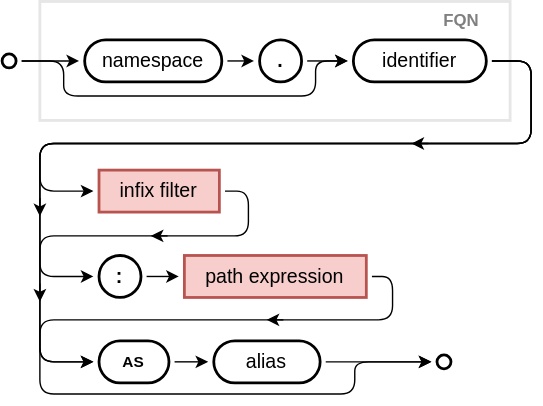
This is cds/assets/cql/query-source.drawio.svg from capire/docs, a draw.io export, as it was before one commit. Source tidied: cells renumbered, new cells last; positions are measured from the earlier drawing's top-left corner, leaving out a move shared by most shapes.
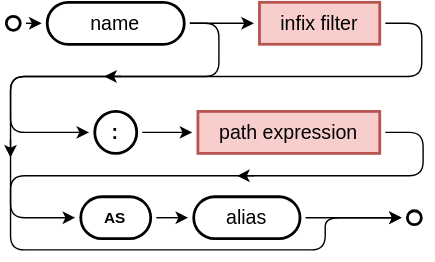
Later version of the same file.

Commit message:
review additions

Change to the diagram source:
```diff
@@ -2,62 +2,36 @@
   <root>
     <mxCell id="0" />
     <mxCell id="1" parent="0" />
-    <mxCell id="2" value="FQN" style="rounded=0;fillColor=none;strokeWidth=2;strokeColor=#E6E6E6;verticalAlign=top;align=right;spacingLeft=40;fontColor=#808080;fontStyle=1;spacingRight=20;" parent="1" vertex="1">
-      <mxGeometry x="27" y="0.5" width="336" height="85" as="geometry" />
-    </mxCell>
     <mxCell id="3" style="ellipse;whiteSpace=wrap;html=1;rounded=1;strokeColor=default;strokeWidth=2;align=center;verticalAlign=middle;fontFamily=Helvetica;fontSize=11;fontColor=default;labelBackgroundColor=default;fillColor=default;perimeterSpacing=4;" parent="1" vertex="1">
-      <mxGeometry y="38" width="10" height="10" as="geometry" />
+      <mxGeometry x="24" y="114" width="10" height="10" as="geometry" />
     </mxCell>
     <mxCell id="4" value="path expression" style="rounded=1;whiteSpace=wrap;html=1;strokeWidth=2;arcSize=0;fontSize=14;perimeterSpacing=4;fillColor=#f8cecc;strokeColor=#b85450;" parent="1" vertex="1">
-      <mxGeometry x="130.2" y="182" width="130" height="30" as="geometry" />
+      <mxGeometry x="161" y="182" width="130" height="30" as="geometry" />
     </mxCell>
-    <mxCell id="5" value="identifier" style="rounded=1;whiteSpace=wrap;html=1;strokeWidth=2;arcSize=50;fontSize=14;perimeterSpacing=4;" parent="1" vertex="1">
-      <mxGeometry x="251" y="28" width="95" height="30" as="geometry" />
-    </mxCell>
     <mxCell id="6" value="&lt;b&gt;:&lt;/b&gt;" style="rounded=1;whiteSpace=wrap;html=1;strokeWidth=2;arcSize=50;fontSize=14;perimeterSpacing=4;" parent="1" vertex="1">
-      <mxGeometry x="69.2" y="182" width="30" height="30" as="geometry" />
+      <mxGeometry x="87.2" y="182" width="30" height="30" as="geometry" />
     </mxCell>
     <mxCell id="7" value="AS" style="rounded=1;whiteSpace=wrap;html=1;strokeWidth=2;arcSize=50;fontSize=11;perimeterSpacing=4;fontStyle=1;" parent="1" vertex="1">
-      <mxGeometry x="69.2" y="243" width="50" height="30" as="geometry" />
+      <mxGeometry x="77.2" y="243" width="50" height="30" as="geometry" />
     </mxCell>
     <mxCell id="8" value="alias" style="rounded=1;whiteSpace=wrap;html=1;strokeWidth=2;arcSize=50;fontSize=14;perimeterSpacing=4;" parent="1" vertex="1">
-      <mxGeometry x="151.2" y="243" width="76" height="30" as="geometry" />
+      <mxGeometry x="158" y="243" width="76" height="30" as="geometry" />
     </mxCell>
-    <mxCell id="9" value="namespace" style="rounded=1;whiteSpace=wrap;html=1;strokeWidth=2;arcSize=50;fontSize=14;perimeterSpacing=4;" parent="1" vertex="1">
-      <mxGeometry x="59" y="28" width="98" height="30" as="geometry" />
+    <mxCell id="9" value="name" style="rounded=1;whiteSpace=wrap;html=1;strokeWidth=2;arcSize=50;fontSize=14;perimeterSpacing=4;" parent="1" vertex="1">
+      <mxGeometry x="53.2" y="104" width="98" height="30" as="geometry" />
     </mxCell>
     <mxCell id="10" value="infix filter" style="rounded=1;whiteSpace=wrap;html=1;strokeWidth=2;arcSize=0;fontSize=14;perimeterSpacing=4;fillColor=#f8cecc;strokeColor=#b85450;" parent="1" vertex="1">
-      <mxGeometry x="69.2" y="121" width="86" height="30" as="geometry" />
+      <mxGeometry x="205" y="104" width="86" height="30" as="geometry" />
     </mxCell>
-    <mxCell id="11" value="&lt;b&gt;.&lt;/b&gt;" style="rounded=1;whiteSpace=wrap;html=1;strokeWidth=2;arcSize=50;fontSize=14;perimeterSpacing=4;" parent="1" vertex="1">
-      <mxGeometry x="184" y="28" width="30" height="30" as="geometry" />
-    </mxCell>
-    <mxCell id="12" style="endArrow=classic;html=1;rounded=1;strokeColor=default;align=center;verticalAlign=middle;fontFamily=Helvetica;fontSize=14;fontColor=default;labelBackgroundColor=default;jumpStyle=gap;jumpSize=6;exitX=1;exitY=0.5;exitDx=0;exitDy=0;entryX=0;entryY=0.5;entryDx=0;entryDy=0;" parent="1" edge="1" source="9" target="11">
-      <mxGeometry relative="1" as="geometry" />
-    </mxCell>
-    <mxCell id="13" style="endArrow=classic;html=1;rounded=1;strokeColor=default;align=center;verticalAlign=middle;fontFamily=Helvetica;fontSize=14;fontColor=default;labelBackgroundColor=default;jumpStyle=gap;jumpSize=6;exitX=1;exitY=0.5;exitDx=0;exitDy=0;entryX=0;entryY=0.5;entryDx=0;entryDy=0;" parent="1" edge="1" source="11" target="5">
-      <mxGeometry relative="1" as="geometry" />
-    </mxCell>
     <mxCell id="14" style="endArrow=classic;html=1;rounded=1;strokeColor=default;align=center;verticalAlign=middle;fontFamily=Helvetica;fontSize=14;fontColor=default;labelBackgroundColor=default;jumpStyle=gap;jumpSize=6;exitX=1;exitY=0.5;exitDx=0;exitDy=0;entryX=0;entryY=0.5;entryDx=0;entryDy=0;" parent="1" edge="1" source="3" target="9">
       <mxGeometry relative="1" as="geometry" />
     </mxCell>
-    <mxCell id="15" style="endArrow=classic;html=1;rounded=1;strokeColor=default;align=center;verticalAlign=middle;fontFamily=Helvetica;fontSize=14;fontColor=default;labelBackgroundColor=default;edgeStyle=orthogonalEdgeStyle;jumpStyle=gap;jumpSize=6;entryX=0;entryY=0.5;entryDx=0;entryDy=0;exitX=1;exitY=0.5;exitDx=0;exitDy=0;" parent="1" edge="1" source="3">
-      <mxGeometry relative="1" as="geometry">
-        <mxPoint x="247" y="43" as="targetPoint" />
-        <Array as="points">
-          <mxPoint x="44" y="43" />
-          <mxPoint x="44" y="68" />
-          <mxPoint x="224" y="68" />
-          <mxPoint x="224" y="43" />
-        </Array>
-      </mxGeometry>
-    </mxCell>
-    <mxCell id="16" style="endArrow=classic;html=1;rounded=1;strokeColor=default;align=center;verticalAlign=middle;fontFamily=Helvetica;fontSize=14;fontColor=default;labelBackgroundColor=default;jumpStyle=gap;jumpSize=6;exitX=1;exitY=0.5;exitDx=0;exitDy=0;entryX=0;entryY=0.5;entryDx=0;entryDy=0;edgeStyle=orthogonalEdgeStyle;" parent="1" edge="1" source="10" target="6">
+    <mxCell id="16" style="endArrow=classic;html=1;rounded=1;strokeColor=default;align=center;verticalAlign=middle;fontFamily=Helvetica;fontSize=14;fontColor=default;labelBackgroundColor=default;jumpStyle=gap;jumpSize=6;entryX=0;entryY=0.5;entryDx=0;entryDy=0;edgeStyle=orthogonalEdgeStyle;exitX=1;exitY=0.5;exitDx=0;exitDy=0;" parent="1" edge="1" source="9" target="6">
       <mxGeometry relative="1" as="geometry">
         <Array as="points">
-          <mxPoint x="176" y="136" />
-          <mxPoint x="176" y="168" />
-          <mxPoint x="27" y="168" />
+          <mxPoint x="176" y="119" />
+          <mxPoint x="176" y="157" />
+          <mxPoint x="27" y="157" />
           <mxPoint x="27" y="197" />
         </Array>
       </mxGeometry>
@@ -68,8 +42,8 @@
     <mxCell id="18" style="endArrow=classic;html=1;rounded=1;strokeColor=default;align=center;verticalAlign=middle;fontFamily=Helvetica;fontSize=14;fontColor=default;labelBackgroundColor=default;jumpStyle=gap;jumpSize=6;exitX=1;exitY=0.5;exitDx=0;exitDy=0;entryX=0;entryY=0.5;entryDx=0;entryDy=0;edgeStyle=orthogonalEdgeStyle;" parent="1" edge="1" source="4" target="7">
       <mxGeometry relative="1" as="geometry">
         <Array as="points">
-          <mxPoint x="279" y="197" />
-          <mxPoint x="279" y="228" />
+          <mxPoint x="322" y="197" />
+          <mxPoint x="322" y="228" />
           <mxPoint x="27" y="228" />
           <mxPoint x="27" y="258" />
         </Array>
@@ -84,32 +58,6 @@
     <mxCell id="21" style="endArrow=classic;html=1;rounded=1;strokeColor=default;align=center;verticalAlign=middle;fontFamily=Helvetica;fontSize=14;fontColor=default;labelBackgroundColor=default;jumpStyle=gap;jumpSize=6;exitX=1;exitY=0.5;exitDx=0;exitDy=0;entryX=0;entryY=0.5;entryDx=0;entryDy=0;" parent="1" edge="1" source="8" target="20">
       <mxGeometry relative="1" as="geometry" />
     </mxCell>
-    <mxCell id="22" style="endArrow=classic;html=1;rounded=1;strokeColor=default;align=center;verticalAlign=middle;fontFamily=Helvetica;fontSize=14;fontColor=default;labelBackgroundColor=default;edgeStyle=orthogonalEdgeStyle;jumpStyle=gap;jumpSize=6;exitX=1;exitY=0.5;exitDx=0;exitDy=0;entryX=0;entryY=0.5;entryDx=0;entryDy=0;" parent="1" edge="1" source="5" target="10">
-      <mxGeometry relative="1" as="geometry">
-        <Array as="points">
-          <mxPoint x="378" y="43" />
-          <mxPoint x="378" y="102" />
-          <mxPoint x="27" y="102" />
-          <mxPoint x="27" y="136" />
-        </Array>
-      </mxGeometry>
-    </mxCell>
-    <mxCell id="23" style="endArrow=classic;html=1;rounded=1;strokeColor=default;align=center;verticalAlign=middle;fontFamily=Helvetica;fontSize=14;fontColor=default;labelBackgroundColor=default;edgeStyle=orthogonalEdgeStyle;jumpStyle=gap;jumpSize=6;exitX=1;exitY=0.5;exitDx=0;exitDy=0;entryX=0;entryY=0.5;entryDx=0;entryDy=0;" parent="1" edge="1" source="5" target="7">
-      <mxGeometry relative="1" as="geometry">
-        <Array as="points">
-          <mxPoint x="378" y="43" />
-          <mxPoint x="378" y="102" />
-          <mxPoint x="27" y="102" />
-          <mxPoint x="27" y="258" />
-        </Array>
-      </mxGeometry>
-    </mxCell>
-    <mxCell id="24" style="endArrow=classic;html=1;rounded=1;strokeColor=default;align=center;verticalAlign=middle;fontFamily=Helvetica;fontSize=14;fontColor=default;labelBackgroundColor=default;jumpStyle=gap;jumpSize=6;" parent="1" edge="1">
-      <mxGeometry relative="1" as="geometry">
-        <mxPoint x="27" y="141" as="sourcePoint" />
-        <mxPoint x="27" y="154" as="targetPoint" />
-      </mxGeometry>
-    </mxCell>
     <mxCell id="25" style="endArrow=classic;html=1;rounded=1;strokeColor=default;align=center;verticalAlign=middle;fontFamily=Helvetica;fontSize=14;fontColor=default;labelBackgroundColor=default;jumpStyle=gap;jumpSize=6;" parent="1" edge="1">
       <mxGeometry relative="1" as="geometry">
         <mxPoint x="27" y="202" as="sourcePoint" />
@@ -124,22 +72,19 @@
     </mxCell>
     <mxCell id="27" style="endArrow=classic;html=1;rounded=1;strokeColor=default;align=center;verticalAlign=middle;fontFamily=Helvetica;fontSize=14;fontColor=default;labelBackgroundColor=default;jumpStyle=gap;jumpSize=6;" parent="1" edge="1">
       <mxGeometry relative="1" as="geometry">
-        <mxPoint x="118.2" y="168" as="sourcePoint" />
-        <mxPoint x="106.2" y="168" as="targetPoint" />
+        <mxPoint x="106" y="157" as="sourcePoint" />
+        <mxPoint x="94" y="157" as="targetPoint" />
       </mxGeometry>
     </mxCell>
-    <mxCell id="28" style="endArrow=classic;html=1;rounded=1;strokeColor=default;align=center;verticalAlign=middle;fontFamily=Helvetica;fontSize=14;fontColor=default;labelBackgroundColor=default;jumpStyle=gap;jumpSize=6;" parent="1" edge="1">
-      <mxGeometry relative="1" as="geometry">
-        <mxPoint x="304.5" y="102" as="sourcePoint" />
-        <mxPoint x="292.5" y="102" as="targetPoint" />
-      </mxGeometry>
+    <mxCell id="28" style="endArrow=classic;html=1;rounded=1;strokeColor=default;align=center;verticalAlign=middle;fontFamily=Helvetica;fontSize=14;fontColor=default;labelBackgroundColor=default;jumpStyle=gap;jumpSize=6;entryX=0;entryY=0.5;entryDx=0;entryDy=0;exitX=1;exitY=0.5;exitDx=0;exitDy=0;" parent="1" edge="1" source="9" target="10">
+      <mxGeometry relative="1" as="geometry" />
     </mxCell>
-    <mxCell id="29" style="endArrow=classic;html=1;rounded=1;strokeColor=default;align=center;verticalAlign=middle;fontFamily=Helvetica;fontSize=14;fontColor=default;labelBackgroundColor=default;edgeStyle=orthogonalEdgeStyle;jumpStyle=gap;jumpSize=6;exitX=1;exitY=0.5;exitDx=0;exitDy=0;entryX=0;entryY=0.5;entryDx=0;entryDy=0;" parent="1" edge="1" source="5" target="20">
+    <mxCell id="29" style="endArrow=classic;html=1;rounded=1;strokeColor=default;align=center;verticalAlign=middle;fontFamily=Helvetica;fontSize=14;fontColor=default;labelBackgroundColor=default;edgeStyle=orthogonalEdgeStyle;jumpStyle=gap;jumpSize=6;entryX=0;entryY=0.5;entryDx=0;entryDy=0;exitX=1;exitY=0.5;exitDx=0;exitDy=0;" parent="1" edge="1" source="10" target="20">
       <mxGeometry relative="1" as="geometry">
         <Array as="points">
-          <mxPoint x="378" y="43" />
-          <mxPoint x="378" y="102" />
-          <mxPoint x="27" y="102" />
+          <mxPoint x="321" y="119" />
+          <mxPoint x="321" y="157" />
+          <mxPoint x="27" y="157" />
           <mxPoint x="27" y="281" />
           <mxPoint x="252" y="281" />
           <mxPoint x="252" y="258" />
```
